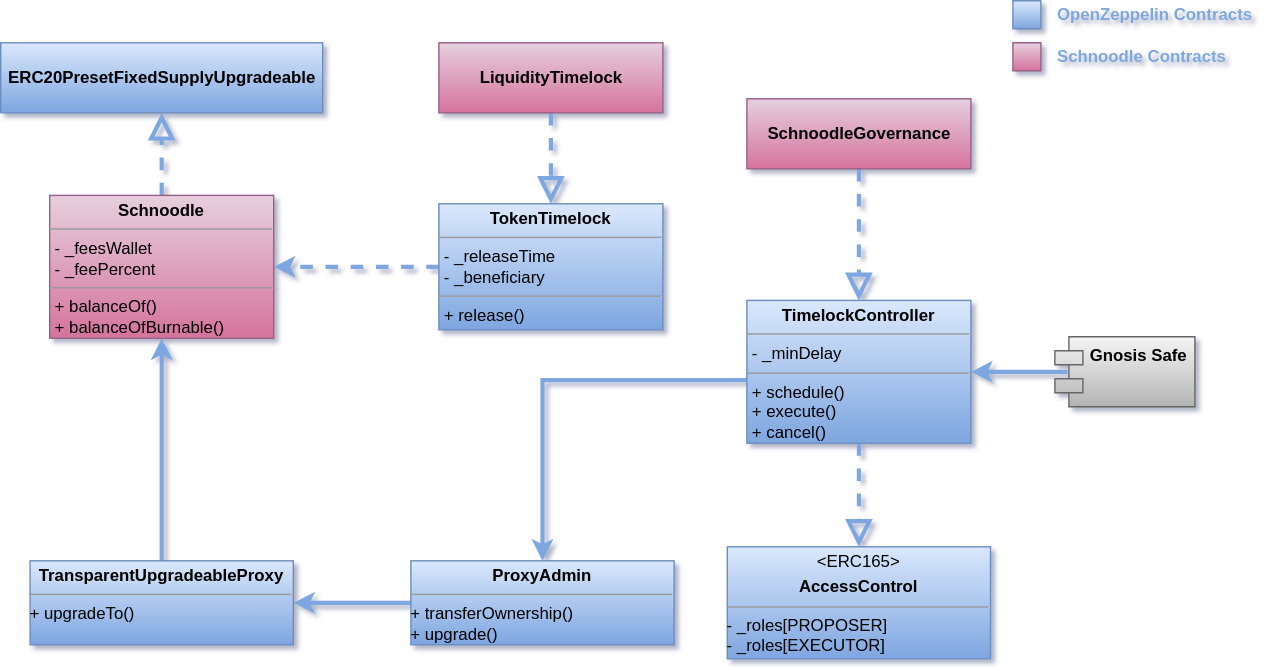
schnoodledao/contracts keeps this draw.io diagram as docs/.gitbook/assets/Architecture.svg. Above is the earlier version. Source tidied: cells renumbered, new cells last; positions are measured from the earlier drawing's top-left corner, leaving out a move shared by most shapes. The source it was exported from:
```xml
<mxGraphModel>
  <root>
    <mxCell id="0" />
    <mxCell id="1" parent="0" />
    <mxCell id="2" style="edgeStyle=orthogonalEdgeStyle;rounded=0;jettySize=auto;html=1;exitX=0.5;exitY=0;exitDx=0;exitDy=0;entryX=0.5;entryY=1;entryDx=0;entryDy=0;strokeColor=#7EA6E0;strokeWidth=3;" parent="1" edge="1" source="17" target="15">
      <mxGeometry relative="1" as="geometry" />
    </mxCell>
    <mxCell id="3" style="edgeStyle=orthogonalEdgeStyle;rounded=0;jettySize=auto;html=1;entryX=1;entryY=0.5;entryDx=0;entryDy=0;exitX=0;exitY=0.5;exitDx=0;exitDy=0;strokeColor=#7EA6E0;strokeWidth=3;" parent="1" edge="1" source="18" target="17">
      <mxGeometry relative="1" as="geometry" />
    </mxCell>
    <mxCell id="4" style="edgeStyle=orthogonalEdgeStyle;rounded=0;jettySize=auto;html=1;entryX=0.5;entryY=0;entryDx=0;entryDy=0;strokeColor=#7EA6E0;strokeWidth=3;" parent="1" edge="1" target="18">
      <mxGeometry relative="1" as="geometry">
        <mxPoint x="533" y="271" as="sourcePoint" />
      </mxGeometry>
    </mxCell>
    <mxCell id="5" style="endArrow=block;dashed=1;endFill=0;endSize=12;html=1;exitX=0.5;exitY=1;exitDx=0;exitDy=0;entryX=0.5;entryY=0;entryDx=0;entryDy=0;strokeColor=#7EA6E0;strokeWidth=3;" parent="1" edge="1" source="7" target="16">
      <mxGeometry relative="1" as="geometry" />
    </mxCell>
    <mxCell id="6" style="endArrow=block;dashed=1;endFill=0;endSize=12;html=1;exitX=0.5;exitY=1;exitDx=0;exitDy=0;entryX=0.5;entryY=0;entryDx=0;entryDy=0;strokeColor=#7EA6E0;strokeWidth=3;" parent="1" edge="1" source="8" target="14">
      <mxGeometry relative="1" as="geometry" />
    </mxCell>
    <mxCell id="7" value="&lt;b&gt;SchnoodleGovernance&lt;/b&gt;" style="html=1;fillColor=#e6d0de;strokeColor=#996185;gradientColor=#d5739d;" parent="1" vertex="1">
      <mxGeometry x="533" y="70" width="160" height="50" as="geometry" />
    </mxCell>
    <mxCell id="8" value="&lt;span style=&quot;font-weight: 700&quot;&gt;LiquidityTimelock&lt;/span&gt;" style="html=1;fillColor=#e6d0de;strokeColor=#996185;gradientColor=#d5739d;" parent="1" vertex="1">
      <mxGeometry x="313" y="30" width="160" height="50" as="geometry" />
    </mxCell>
    <mxCell id="9" value="&lt;b&gt;ERC20PresetFixedSupplyUpgradeable&lt;/b&gt;" style="html=1;fillColor=#dae8fc;strokeColor=#6c8ebf;gradientColor=#7ea6e0;" parent="1" vertex="1">
      <mxGeometry y="30" width="230" height="50" as="geometry" />
    </mxCell>
    <mxCell id="10" style="endArrow=block;dashed=1;endFill=0;endSize=12;html=1;exitX=0.5;exitY=0;exitDx=0;exitDy=0;entryX=0.5;entryY=1;entryDx=0;entryDy=0;strokeColor=#7EA6E0;strokeWidth=3;" parent="1" edge="1" source="15" target="9">
      <mxGeometry relative="1" as="geometry" />
    </mxCell>
    <mxCell id="11" style="endArrow=block;dashed=1;endFill=0;endSize=12;html=1;exitX=0.5;exitY=1;exitDx=0;exitDy=0;entryX=0.5;entryY=0;entryDx=0;entryDy=0;strokeColor=#7EA6E0;strokeWidth=3;" parent="1" edge="1" source="16" target="19">
      <mxGeometry relative="1" as="geometry" />
    </mxCell>
    <mxCell id="12" style="edgeStyle=orthogonalEdgeStyle;rounded=0;jettySize=auto;html=1;exitX=0.09;exitY=0.5;exitDx=0;exitDy=0;entryX=1;entryY=0.5;entryDx=0;entryDy=0;exitPerimeter=0;strokeColor=#7EA6E0;strokeWidth=3;" parent="1" edge="1" source="20" target="16">
      <mxGeometry relative="1" as="geometry" />
    </mxCell>
    <mxCell id="13" style="edgeStyle=orthogonalEdgeStyle;rounded=0;jettySize=auto;html=1;entryX=1;entryY=0.5;entryDx=0;entryDy=0;dashed=1;exitX=0;exitY=0.5;exitDx=0;exitDy=0;strokeColor=#7EA6E0;strokeWidth=3;" parent="1" edge="1" source="14" target="15">
      <mxGeometry relative="1" as="geometry" />
    </mxCell>
    <mxCell id="14" value="&lt;p style=&quot;margin: 0px ; margin-top: 4px ; text-align: center&quot;&gt;&lt;b&gt;TokenTimelock&lt;/b&gt;&lt;/p&gt;&lt;hr size=&quot;1&quot;&gt;&lt;p style=&quot;margin: 0px ; margin-left: 4px&quot;&gt;- _releaseTime&lt;br style=&quot;padding: 0px ; margin: 0px&quot;&gt;- _beneficiary&lt;br&gt;&lt;/p&gt;&lt;hr size=&quot;1&quot;&gt;&lt;p style=&quot;margin: 0px ; margin-left: 4px&quot;&gt;+ release()&lt;/p&gt;" style="verticalAlign=top;align=left;overflow=fill;fontSize=12;fontFamily=Helvetica;html=1;fillColor=#dae8fc;strokeColor=#6c8ebf;gradientColor=#7ea6e0;" parent="1" vertex="1">
      <mxGeometry x="313" y="145" width="160" height="90" as="geometry" />
    </mxCell>
    <mxCell id="15" value="&lt;p style=&quot;margin: 0px ; margin-top: 4px ; text-align: center&quot;&gt;&lt;b&gt;Schnoodle&lt;/b&gt;&lt;/p&gt;&lt;hr size=&quot;1&quot;&gt;&lt;p style=&quot;margin: 0px ; margin-left: 4px&quot;&gt;- _feesWallet&lt;br style=&quot;padding: 0px ; margin: 0px&quot;&gt;- _feePercent&lt;br&gt;&lt;/p&gt;&lt;hr size=&quot;1&quot;&gt;&lt;p style=&quot;margin: 0px ; margin-left: 4px&quot;&gt;+ balanceOf()&lt;br style=&quot;padding: 0px ; margin: 0px&quot;&gt;+ balanceOfBurnable()&lt;br&gt;&lt;/p&gt;" style="verticalAlign=top;align=left;overflow=fill;fontSize=12;fontFamily=Helvetica;html=1;fillColor=#e6d0de;strokeColor=#996185;gradientColor=#d5739d;" parent="1" vertex="1">
      <mxGeometry x="35" y="139" width="160" height="102" as="geometry" />
    </mxCell>
    <mxCell id="16" value="&lt;p style=&quot;margin: 0px ; margin-top: 4px ; text-align: center&quot;&gt;&lt;b&gt;TimelockController&lt;/b&gt;&lt;/p&gt;&lt;hr size=&quot;1&quot;&gt;&lt;p style=&quot;margin: 0px ; margin-left: 4px&quot;&gt;- _minDelay&lt;br&gt;&lt;/p&gt;&lt;hr size=&quot;1&quot;&gt;&lt;p style=&quot;margin: 0px ; margin-left: 4px&quot;&gt;+ schedule()&lt;br style=&quot;padding: 0px ; margin: 0px&quot;&gt;+ execute()&lt;br style=&quot;padding: 0px ; margin: 0px&quot;&gt;+ cancel()&lt;br&gt;&lt;/p&gt;" style="verticalAlign=top;align=left;overflow=fill;fontSize=12;fontFamily=Helvetica;html=1;fillColor=#dae8fc;strokeColor=#6c8ebf;gradientColor=#7ea6e0;" parent="1" vertex="1">
      <mxGeometry x="533" y="214" width="160" height="102" as="geometry" />
    </mxCell>
    <mxCell id="17" value="&lt;p style=&quot;margin: 0px ; margin-top: 4px ; text-align: center&quot;&gt;&lt;b&gt;TransparentUpgradeableProxy&lt;/b&gt;&lt;/p&gt;&lt;hr size=&quot;1&quot;&gt;&lt;div style=&quot;height: 2px&quot;&gt;+ upgradeTo()&lt;/div&gt;" style="verticalAlign=top;align=left;overflow=fill;fontSize=12;fontFamily=Helvetica;html=1;fillColor=#dae8fc;strokeColor=#6c8ebf;gradientColor=#7ea6e0;" parent="1" vertex="1">
      <mxGeometry x="21" y="400" width="188" height="60" as="geometry" />
    </mxCell>
    <mxCell id="18" value="&lt;p style=&quot;margin: 0px ; margin-top: 4px ; text-align: center&quot;&gt;&lt;b&gt;ProxyAdmin&lt;/b&gt;&lt;/p&gt;&lt;hr size=&quot;1&quot;&gt;&lt;div style=&quot;height: 2px&quot;&gt;+ transferOwnership()&lt;br style=&quot;padding: 0px ; margin: 0px&quot;&gt;+ upgrade()&lt;br&gt;&lt;/div&gt;" style="verticalAlign=top;align=left;overflow=fill;fontSize=12;fontFamily=Helvetica;html=1;fillColor=#dae8fc;strokeColor=#6c8ebf;gradientColor=#7ea6e0;" parent="1" vertex="1">
      <mxGeometry x="293" y="400" width="188" height="60" as="geometry" />
    </mxCell>
    <mxCell id="19" value="&lt;p style=&quot;margin: 0px ; margin-top: 4px ; text-align: center&quot;&gt;&amp;lt;ERC165&amp;gt;&lt;/p&gt;&lt;p style=&quot;margin: 0px ; margin-top: 4px ; text-align: center&quot;&gt;&lt;b&gt;AccessControl&lt;/b&gt;&lt;/p&gt;&lt;hr size=&quot;1&quot;&gt;&lt;div style=&quot;height: 2px&quot;&gt;- _roles[PROPOSER]&lt;br style=&quot;padding: 0px ; margin: 0px&quot;&gt;- _roles[EXECUTOR]&lt;br&gt;&lt;/div&gt;" style="verticalAlign=top;align=left;overflow=fill;fontSize=12;fontFamily=Helvetica;html=1;fillColor=#dae8fc;strokeColor=#6c8ebf;gradientColor=#7ea6e0;" parent="1" vertex="1">
      <mxGeometry x="519" y="390" width="188" height="80" as="geometry" />
    </mxCell>
    <mxCell id="20" value="Gnosis Safe" style="shape=module;align=left;spacingLeft=20;align=center;verticalAlign=top;fillColor=#f5f5f5;strokeColor=#666666;fontStyle=1;gradientColor=#b3b3b3;" parent="1" vertex="1">
      <mxGeometry x="753" y="240" width="100" height="50" as="geometry" />
    </mxCell>
    <mxCell id="21" style="verticalLabelPosition=bottom;verticalAlign=top;html=1;shape=mxgraph.basic.rect;fillColor2=none;strokeWidth=1;size=20;indent=5;gradientColor=#7ea6e0;fillColor=#dae8fc;strokeColor=#6c8ebf;" parent="1" vertex="1">
      <mxGeometry x="723" width="20" height="20" as="geometry" />
    </mxCell>
    <mxCell id="22" value="OpenZeppelin Contracts" style="text;html=1;align=left;verticalAlign=middle;strokeColor=none;fontColor=#7EA6E0;fontStyle=1;" parent="1" vertex="1">
      <mxGeometry x="753" width="150" height="20" as="geometry" />
    </mxCell>
    <mxCell id="23" value="Schnoodle Contracts" style="text;html=1;align=left;verticalAlign=middle;strokeColor=none;fontColor=#7EA6E0;fontStyle=1;" parent="1" vertex="1">
      <mxGeometry x="753" y="30" width="140" height="20" as="geometry" />
    </mxCell>
    <mxCell id="24" style="verticalLabelPosition=bottom;verticalAlign=top;html=1;shape=mxgraph.basic.rect;fillColor2=none;strokeWidth=1;size=20;indent=5;gradientColor=#d5739d;fillColor=#e6d0de;strokeColor=#996185;" parent="1" vertex="1">
      <mxGeometry x="723" y="30" width="20" height="20" as="geometry" />
    </mxCell>
  </root>
</mxGraphModel>
```
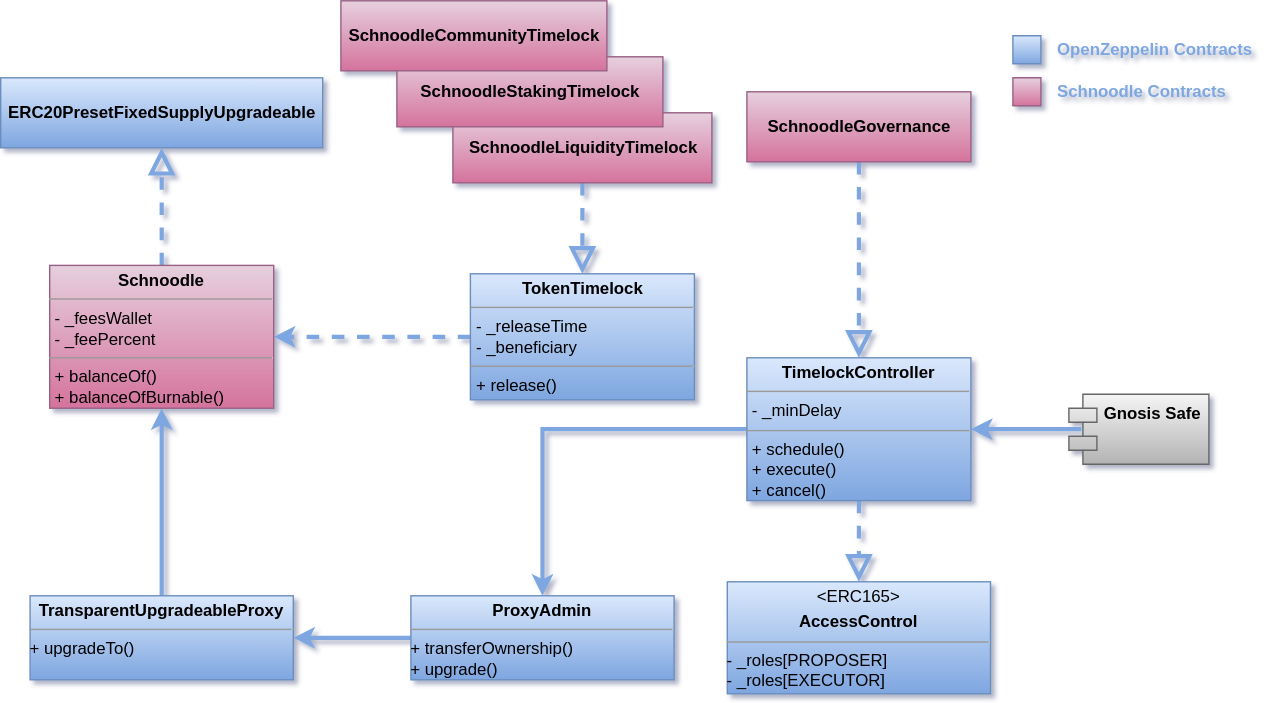
Later version of the same file.

Diff of the diagram source:
```diff
@@ -8,10 +8,8 @@
     <mxCell id="3" style="edgeStyle=orthogonalEdgeStyle;rounded=0;jettySize=auto;html=1;entryX=1;entryY=0.5;entryDx=0;entryDy=0;exitX=0;exitY=0.5;exitDx=0;exitDy=0;strokeColor=#7EA6E0;strokeWidth=3;" parent="1" edge="1" source="18" target="17">
       <mxGeometry relative="1" as="geometry" />
     </mxCell>
-    <mxCell id="4" style="edgeStyle=orthogonalEdgeStyle;rounded=0;jettySize=auto;html=1;entryX=0.5;entryY=0;entryDx=0;entryDy=0;strokeColor=#7EA6E0;strokeWidth=3;" parent="1" edge="1" target="18">
-      <mxGeometry relative="1" as="geometry">
-        <mxPoint x="533" y="271" as="sourcePoint" />
-      </mxGeometry>
+    <mxCell id="4" style="edgeStyle=orthogonalEdgeStyle;rounded=0;jettySize=auto;html=1;entryX=0.5;entryY=0;entryDx=0;entryDy=0;strokeColor=#7EA6E0;strokeWidth=3;exitX=0;exitY=0.5;exitDx=0;exitDy=0;" parent="1" edge="1" source="16" target="18">
+      <mxGeometry relative="1" as="geometry" />
     </mxCell>
     <mxCell id="5" style="endArrow=block;dashed=1;endFill=0;endSize=12;html=1;exitX=0.5;exitY=1;exitDx=0;exitDy=0;entryX=0.5;entryY=0;entryDx=0;entryDy=0;strokeColor=#7EA6E0;strokeWidth=3;" parent="1" edge="1" source="7" target="16">
       <mxGeometry relative="1" as="geometry" />
@@ -20,10 +18,10 @@
       <mxGeometry relative="1" as="geometry" />
     </mxCell>
     <mxCell id="7" value="&lt;b&gt;SchnoodleGovernance&lt;/b&gt;" style="html=1;fillColor=#e6d0de;strokeColor=#996185;gradientColor=#d5739d;" parent="1" vertex="1">
-      <mxGeometry x="533" y="70" width="160" height="50" as="geometry" />
+      <mxGeometry x="533" y="40" width="160" height="50" as="geometry" />
     </mxCell>
-    <mxCell id="8" value="&lt;span style=&quot;font-weight: 700&quot;&gt;LiquidityTimelock&lt;/span&gt;" style="html=1;fillColor=#e6d0de;strokeColor=#996185;gradientColor=#d5739d;" parent="1" vertex="1">
-      <mxGeometry x="313" y="30" width="160" height="50" as="geometry" />
+    <mxCell id="8" value="&lt;span style=&quot;font-weight: 700&quot;&gt;SchnoodleLiquidityTimelock&lt;/span&gt;" style="html=1;fillColor=#e6d0de;strokeColor=#996185;gradientColor=#d5739d;" parent="1" vertex="1">
+      <mxGeometry x="323" y="55" width="185" height="50" as="geometry" />
     </mxCell>
     <mxCell id="9" value="&lt;b&gt;ERC20PresetFixedSupplyUpgradeable&lt;/b&gt;" style="html=1;fillColor=#dae8fc;strokeColor=#6c8ebf;gradientColor=#7ea6e0;" parent="1" vertex="1">
       <mxGeometry y="30" width="230" height="50" as="geometry" />
@@ -41,13 +39,13 @@
       <mxGeometry relative="1" as="geometry" />
     </mxCell>
     <mxCell id="14" value="&lt;p style=&quot;margin: 0px ; margin-top: 4px ; text-align: center&quot;&gt;&lt;b&gt;TokenTimelock&lt;/b&gt;&lt;/p&gt;&lt;hr size=&quot;1&quot;&gt;&lt;p style=&quot;margin: 0px ; margin-left: 4px&quot;&gt;- _releaseTime&lt;br style=&quot;padding: 0px ; margin: 0px&quot;&gt;- _beneficiary&lt;br&gt;&lt;/p&gt;&lt;hr size=&quot;1&quot;&gt;&lt;p style=&quot;margin: 0px ; margin-left: 4px&quot;&gt;+ release()&lt;/p&gt;" style="verticalAlign=top;align=left;overflow=fill;fontSize=12;fontFamily=Helvetica;html=1;fillColor=#dae8fc;strokeColor=#6c8ebf;gradientColor=#7ea6e0;" parent="1" vertex="1">
-      <mxGeometry x="313" y="145" width="160" height="90" as="geometry" />
+      <mxGeometry x="335.5" y="170" width="160" height="90" as="geometry" />
     </mxCell>
     <mxCell id="15" value="&lt;p style=&quot;margin: 0px ; margin-top: 4px ; text-align: center&quot;&gt;&lt;b&gt;Schnoodle&lt;/b&gt;&lt;/p&gt;&lt;hr size=&quot;1&quot;&gt;&lt;p style=&quot;margin: 0px ; margin-left: 4px&quot;&gt;- _feesWallet&lt;br style=&quot;padding: 0px ; margin: 0px&quot;&gt;- _feePercent&lt;br&gt;&lt;/p&gt;&lt;hr size=&quot;1&quot;&gt;&lt;p style=&quot;margin: 0px ; margin-left: 4px&quot;&gt;+ balanceOf()&lt;br style=&quot;padding: 0px ; margin: 0px&quot;&gt;+ balanceOfBurnable()&lt;br&gt;&lt;/p&gt;" style="verticalAlign=top;align=left;overflow=fill;fontSize=12;fontFamily=Helvetica;html=1;fillColor=#e6d0de;strokeColor=#996185;gradientColor=#d5739d;" parent="1" vertex="1">
-      <mxGeometry x="35" y="139" width="160" height="102" as="geometry" />
+      <mxGeometry x="35" y="164" width="160" height="102" as="geometry" />
     </mxCell>
     <mxCell id="16" value="&lt;p style=&quot;margin: 0px ; margin-top: 4px ; text-align: center&quot;&gt;&lt;b&gt;TimelockController&lt;/b&gt;&lt;/p&gt;&lt;hr size=&quot;1&quot;&gt;&lt;p style=&quot;margin: 0px ; margin-left: 4px&quot;&gt;- _minDelay&lt;br&gt;&lt;/p&gt;&lt;hr size=&quot;1&quot;&gt;&lt;p style=&quot;margin: 0px ; margin-left: 4px&quot;&gt;+ schedule()&lt;br style=&quot;padding: 0px ; margin: 0px&quot;&gt;+ execute()&lt;br style=&quot;padding: 0px ; margin: 0px&quot;&gt;+ cancel()&lt;br&gt;&lt;/p&gt;" style="verticalAlign=top;align=left;overflow=fill;fontSize=12;fontFamily=Helvetica;html=1;fillColor=#dae8fc;strokeColor=#6c8ebf;gradientColor=#7ea6e0;" parent="1" vertex="1">
-      <mxGeometry x="533" y="214" width="160" height="102" as="geometry" />
+      <mxGeometry x="533" y="230" width="160" height="102" as="geometry" />
     </mxCell>
     <mxCell id="17" value="&lt;p style=&quot;margin: 0px ; margin-top: 4px ; text-align: center&quot;&gt;&lt;b&gt;TransparentUpgradeableProxy&lt;/b&gt;&lt;/p&gt;&lt;hr size=&quot;1&quot;&gt;&lt;div style=&quot;height: 2px&quot;&gt;+ upgradeTo()&lt;/div&gt;" style="verticalAlign=top;align=left;overflow=fill;fontSize=12;fontFamily=Helvetica;html=1;fillColor=#dae8fc;strokeColor=#6c8ebf;gradientColor=#7ea6e0;" parent="1" vertex="1">
       <mxGeometry x="21" y="400" width="188" height="60" as="geometry" />
@@ -59,7 +57,7 @@
       <mxGeometry x="519" y="390" width="188" height="80" as="geometry" />
     </mxCell>
     <mxCell id="20" value="Gnosis Safe" style="shape=module;align=left;spacingLeft=20;align=center;verticalAlign=top;fillColor=#f5f5f5;strokeColor=#666666;fontStyle=1;gradientColor=#b3b3b3;" parent="1" vertex="1">
-      <mxGeometry x="753" y="240" width="100" height="50" as="geometry" />
+      <mxGeometry x="763" y="256" width="100" height="50" as="geometry" />
     </mxCell>
     <mxCell id="21" style="verticalLabelPosition=bottom;verticalAlign=top;html=1;shape=mxgraph.basic.rect;fillColor2=none;strokeWidth=1;size=20;indent=5;gradientColor=#7ea6e0;fillColor=#dae8fc;strokeColor=#6c8ebf;" parent="1" vertex="1">
       <mxGeometry x="723" width="20" height="20" as="geometry" />
@@ -73,5 +71,11 @@
     <mxCell id="24" style="verticalLabelPosition=bottom;verticalAlign=top;html=1;shape=mxgraph.basic.rect;fillColor2=none;strokeWidth=1;size=20;indent=5;gradientColor=#d5739d;fillColor=#e6d0de;strokeColor=#996185;" parent="1" vertex="1">
       <mxGeometry x="723" y="30" width="20" height="20" as="geometry" />
     </mxCell>
+    <mxCell id="25" value="&lt;span style=&quot;font-weight: 700&quot;&gt;SchnoodleStakingTimelock&lt;/span&gt;" style="html=1;fillColor=#e6d0de;strokeColor=#996185;gradientColor=#d5739d;" parent="1" vertex="1">
+      <mxGeometry x="283" y="15" width="190" height="50" as="geometry" />
+    </mxCell>
+    <mxCell id="26" value="&lt;span style=&quot;font-weight: 700&quot;&gt;SchnoodleCommunityTimelock&lt;/span&gt;" style="html=1;fillColor=#e6d0de;strokeColor=#996185;gradientColor=#d5739d;" parent="1" vertex="1">
+      <mxGeometry x="243" y="-25" width="190" height="50" as="geometry" />
+    </mxCell>
   </root>
 </mxGraphModel>
```
